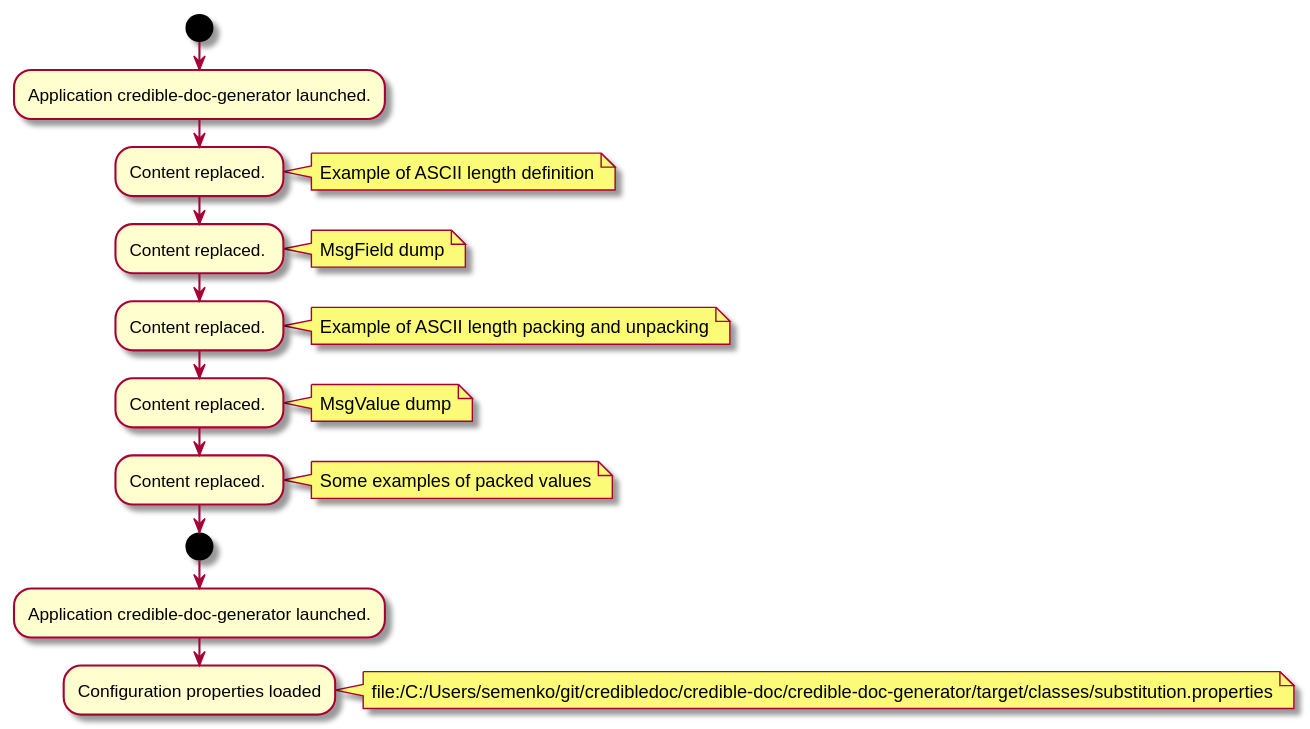
credibledoc/credible-doc keeps this PlantUML diagram as credible-doc-generator/doc/img/diagrams.md_1.svg. Above is the earlier version.
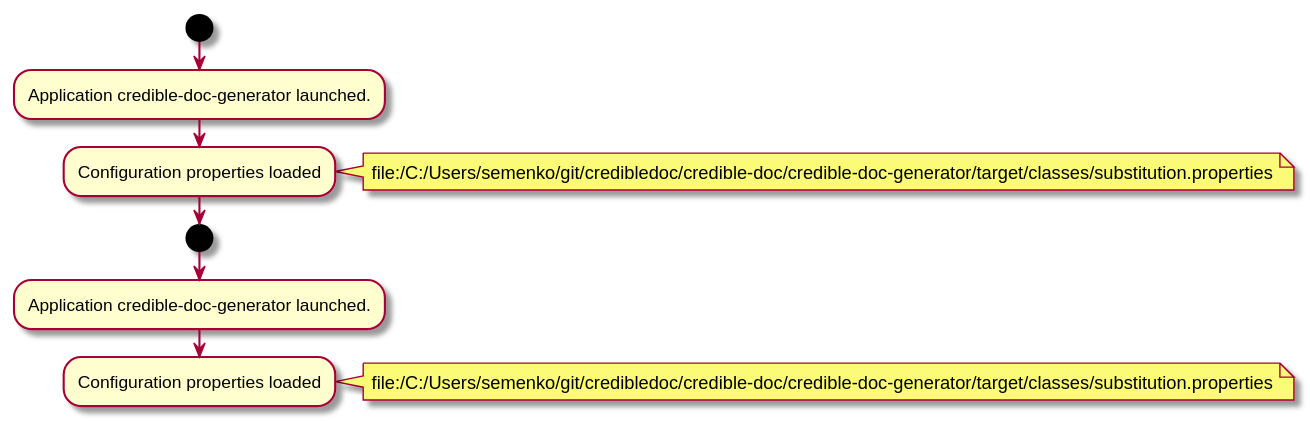
After the commit.

Commit message:
plantuml-core documentation - example of maven dependency

Change to the diagram source:
```diff
@@ -2,29 +2,9 @@
 start
 :Application credible-doc-generator launched.;
 
-:Content replaced. ;
+:Configuration properties loaded;
 note right
-Example of ASCII length definition
-end note
-
-:Content replaced. ;
-note right
-MsgField dump
-end note
-
-:Content replaced. ;
-note right
-Example of ASCII length packing and unpacking
-end note
-
-:Content replaced. ;
-note right
-MsgValue dump
-end note
-
-:Content replaced. ;
-note right
-Some examples of packed values
+file:/C:/Users/semenko/git/credibledoc/credible-doc/credible-doc-generator/target/classes/substitution.properties
 end note
 
 start
```
